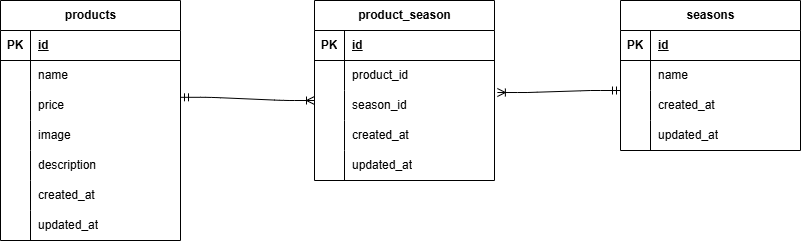
The draw.io diagram er.drawio.png in kenta-10043/frima-mogitate, before a commit. Source tidied: cells renumbered, new cells last; positions are measured from the earlier drawing's top-left corner, leaving out a move shared by most shapes.
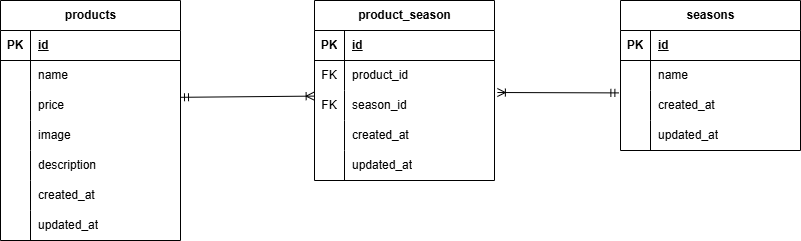
After the change.

What changed in the source:
```diff
@@ -122,7 +122,7 @@
     <mxCell id="41" style="shape=tableRow;horizontal=0;startSize=0;swimlaneHead=0;swimlaneBody=0;fillColor=none;top=0;left=0;right=0;bottom=0;" parent="37" vertex="1">
       <mxGeometry y="60" width="180" height="30" as="geometry" />
     </mxCell>
-    <mxCell id="42" style="shape=partialRectangle;fillColor=none;top=0;left=0;bottom=0;right=0;overflow=hidden;whiteSpace=wrap;html=1;" parent="41" vertex="1">
+    <mxCell id="42" value="FK" style="shape=partialRectangle;fillColor=none;top=0;left=0;bottom=0;right=0;overflow=hidden;whiteSpace=wrap;html=1;" parent="41" vertex="1">
       <mxGeometry width="30" height="30" as="geometry" />
     </mxCell>
     <mxCell id="43" value="product_id" style="shape=partialRectangle;fillColor=none;top=0;left=0;bottom=0;right=0;align=left;spacingLeft=6;overflow=hidden;whiteSpace=wrap;html=1;" parent="41" vertex="1">
@@ -131,7 +131,7 @@
     <mxCell id="44" style="shape=tableRow;horizontal=0;startSize=0;swimlaneHead=0;swimlaneBody=0;fillColor=none;points=[[0,0.5],[1,0.5]];portConstraint=eastwest;top=0;left=0;right=0;bottom=0;" parent="37" vertex="1">
       <mxGeometry y="90" width="180" height="30" as="geometry" />
     </mxCell>
-    <mxCell id="45" style="shape=partialRectangle;fillColor=none;top=0;left=0;bottom=0;right=0;overflow=hidden;whiteSpace=wrap;html=1;" parent="44" vertex="1">
+    <mxCell id="45" value="FK" style="shape=partialRectangle;fillColor=none;top=0;left=0;bottom=0;right=0;overflow=hidden;whiteSpace=wrap;html=1;" parent="44" vertex="1">
       <mxGeometry width="30" height="30" as="geometry" />
     </mxCell>
     <mxCell id="46" value="season_id" style="shape=partialRectangle;fillColor=none;top=0;left=0;bottom=0;right=0;align=left;spacingLeft=6;overflow=hidden;whiteSpace=wrap;html=1;" parent="44" vertex="1">
@@ -155,15 +155,10 @@
     <mxCell id="52" value="&lt;span style=&quot;color: rgb(0, 0, 0);&quot;&gt;updated_at&lt;/span&gt;" style="shape=partialRectangle;fillColor=none;top=0;left=0;bottom=0;right=0;align=left;spacingLeft=6;overflow=hidden;whiteSpace=wrap;html=1;" parent="50" vertex="1">
       <mxGeometry x="30" width="150" height="30" as="geometry" />
     </mxCell>
-    <mxCell id="53" style="edgeStyle=entityRelationEdgeStyle;fontSize=12;html=1;endArrow=ERoneToMany;startArrow=ERmandOne;exitX=1;exitY=0.227;exitDx=0;exitDy=0;exitPerimeter=0;" parent="1" edge="1" source="9">
-      <mxGeometry relative="1" as="geometry">
-        <mxPoint x="314" y="100" as="targetPoint" />
-        <Array as="points">
-          <mxPoint x="184" y="160" />
-        </Array>
-      </mxGeometry>
+    <mxCell id="53" style="fontSize=12;html=1;endArrow=ERoneToMany;startArrow=ERmandOne;exitX=1;exitY=0.227;exitDx=0;exitDy=0;exitPerimeter=0;entryX=-0.002;entryY=0.187;entryDx=0;entryDy=0;entryPerimeter=0;" parent="1" edge="1" source="9" target="44">
+      <mxGeometry relative="1" as="geometry" />
     </mxCell>
-    <mxCell id="54" style="edgeStyle=entityRelationEdgeStyle;fontSize=12;html=1;endArrow=ERoneToMany;startArrow=ERmandOne;exitX=0;exitY=0;exitDx=0;exitDy=0;exitPerimeter=0;entryX=1.016;entryY=0.067;entryDx=0;entryDy=0;entryPerimeter=0;" parent="1" edge="1" source="31" target="44">
+    <mxCell id="54" style="fontSize=12;html=1;endArrow=ERoneToMany;startArrow=ERmandOne;exitX=-0.009;exitY=0.08;exitDx=0;exitDy=0;exitPerimeter=0;entryX=1.016;entryY=0.067;entryDx=0;entryDy=0;entryPerimeter=0;" parent="1" edge="1" source="31" target="44">
       <mxGeometry relative="1" as="geometry" />
     </mxCell>
   </root>
```
